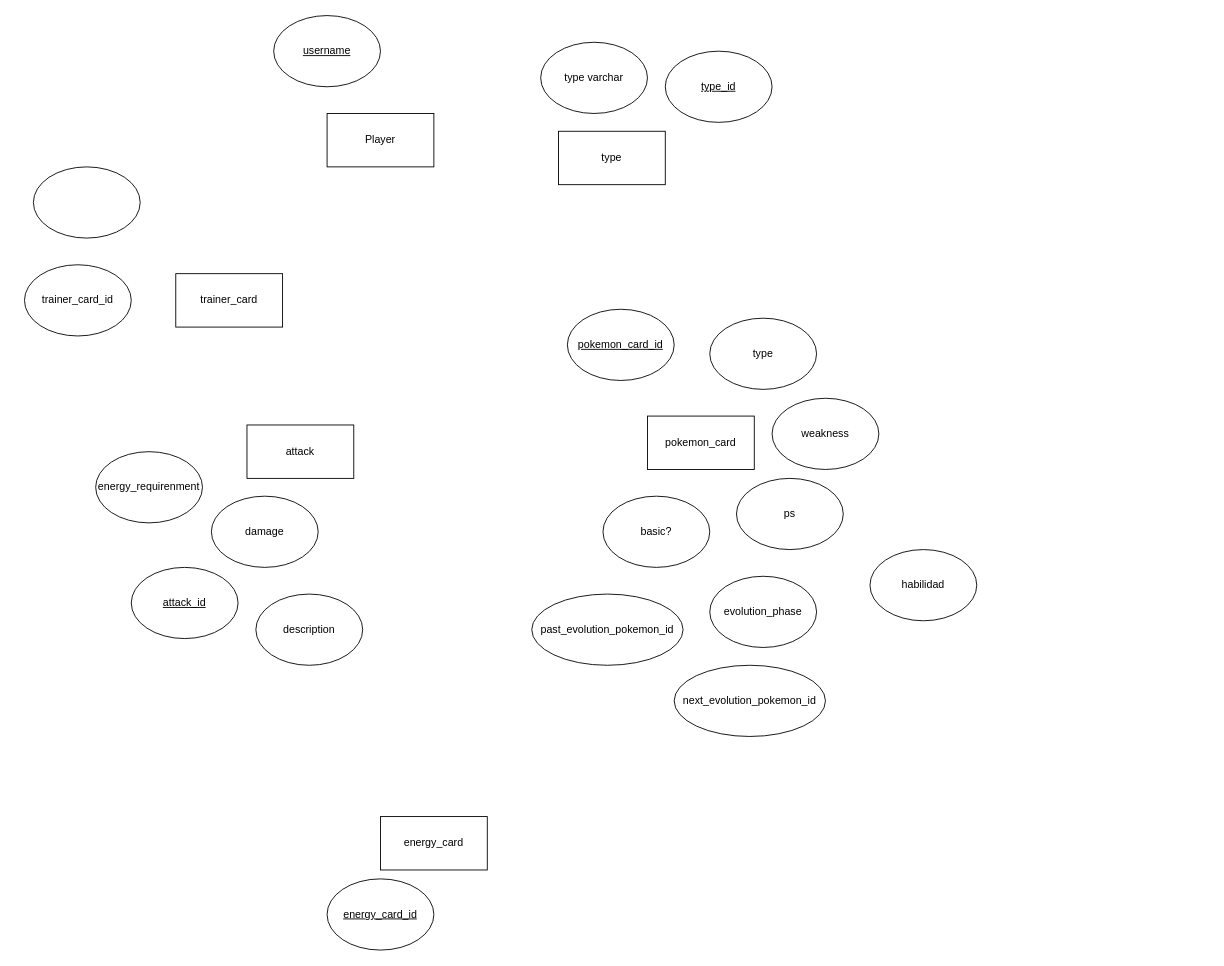
This is basedatos/Untitled Diagram.drawio from sofia-lpz/a01028251_TC2005B, a draw.io file, before an edit. Source tidied: cells renumbered, new cells numbered last; positions are measured from the earlier drawing's top-left corner, leaving out a move shared by most shapes. Both pictures are drawn from the tidied source at 89%, with x=0, y=0 at pixel (24, 15).
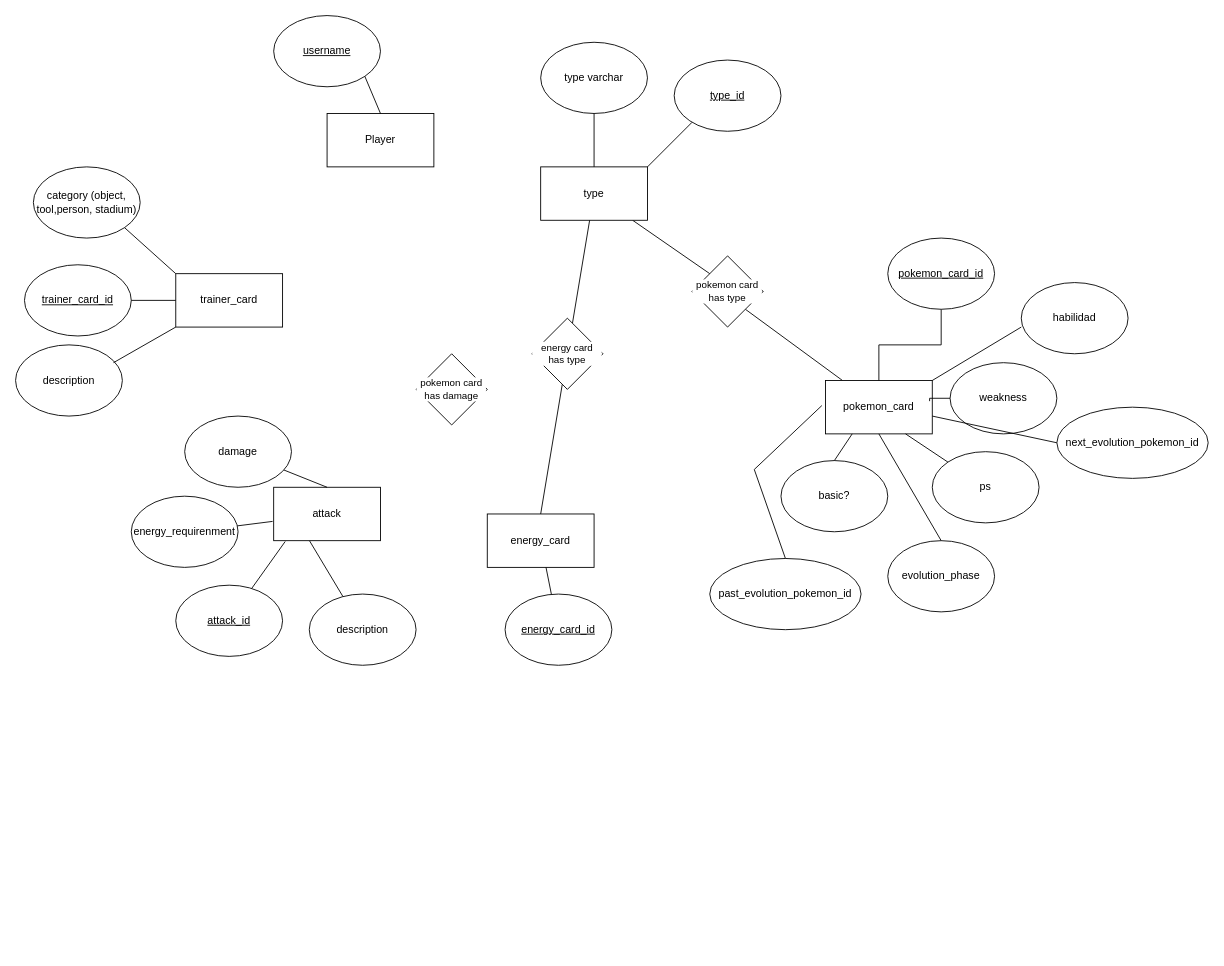
After the change.

The change refers to these unchanged cells:
```xml
<mxCell id="2" value="Player" style="rounded=0;whiteSpace=wrap;html=1;" parent="1" vertex="1">
  <mxGeometry x="340" y="110" width="120" height="60" as="geometry" />
</mxCell>
<mxCell id="3" value="&lt;u&gt;username&lt;/u&gt;" style="ellipse;whiteSpace=wrap;html=1;" parent="1" vertex="1">
  <mxGeometry x="280" width="120" height="80" as="geometry" />
</mxCell>
<mxCell id="15" value="type varchar" style="ellipse;whiteSpace=wrap;html=1;" parent="1" vertex="1">
  <mxGeometry x="580" y="30" width="120" height="80" as="geometry" />
</mxCell>
<mxCell id="24" value="trainer_card" style="rounded=0;whiteSpace=wrap;html=1;" parent="1" vertex="1">
  <mxGeometry x="170" y="290" width="120" height="60" as="geometry" />
</mxCell>
```

The edit, as a diff of the source:
```diff
@@
+    <mxCell id="27" style="edgeStyle=none;rounded=0;jettySize=auto;html=1;entryX=1;entryY=1;entryDx=0;entryDy=0;strokeColor=default;align=center;verticalAlign=middle;fontFamily=Helvetica;fontSize=11;fontColor=default;labelBackgroundColor=default;endArrow=none;endFill=0;" parent="1" edge="1" source="4" target="52">
+      <mxGeometry relative="1" as="geometry" />
+    </mxCell>
     <mxCell id="4" value="pokemon_card" style="rounded=0;whiteSpace=wrap;html=1;" parent="1" vertex="1">
-      <mxGeometry x="700" y="450" width="120" height="60" as="geometry" />
+      <mxGeometry x="900" y="410" width="120" height="60" as="geometry" />
     </mxCell>
-    <mxCell id="5" value="type" style="ellipse;whiteSpace=wrap;html=1;" parent="1" vertex="1">
-      <mxGeometry x="770" y="340" width="120" height="80" as="geometry" />
-    </mxCell>
     <mxCell id="6" value="weakness" style="ellipse;whiteSpace=wrap;html=1;" parent="1" vertex="1">
-      <mxGeometry x="840" y="430" width="120" height="80" as="geometry" />
+      <mxGeometry x="1040" y="390" width="120" height="80" as="geometry" />
     </mxCell>
     <mxCell id="7" value="ps" style="ellipse;whiteSpace=wrap;html=1;" parent="1" vertex="1">
-      <mxGeometry x="800" y="520" width="120" height="80" as="geometry" />
+      <mxGeometry x="1020" y="490" width="120" height="80" as="geometry" />
     </mxCell>
     <mxCell id="8" value="basic?" style="ellipse;whiteSpace=wrap;html=1;" parent="1" vertex="1">
-      <mxGeometry x="650" y="540" width="120" height="80" as="geometry" />
+      <mxGeometry x="850" y="500" width="120" height="80" as="geometry" />
     </mxCell>
     <mxCell id="9" value="attack" style="rounded=0;whiteSpace=wrap;html=1;" parent="1" vertex="1">
-      <mxGeometry x="250" y="460" width="120" height="60" as="geometry" />
+      <mxGeometry x="280" y="530" width="120" height="60" as="geometry" />
     </mxCell>
+    <mxCell id="28" style="edgeStyle=none;rounded=0;jettySize=auto;html=1;entryX=0.5;entryY=0;entryDx=0;entryDy=0;endArrow=none;endFill=0;" parent="1" edge="1" source="10" target="9">
+      <mxGeometry relative="1" as="geometry" />
+    </mxCell>
     <mxCell id="10" value="damage" style="ellipse;whiteSpace=wrap;html=1;" parent="1" vertex="1">
-      <mxGeometry x="210" y="540" width="120" height="80" as="geometry" />
+      <mxGeometry x="180" y="450" width="120" height="80" as="geometry" />
     </mxCell>
     <mxCell id="11" value="description" style="ellipse;whiteSpace=wrap;html=1;" parent="1" vertex="1">
-      <mxGeometry x="260" y="650" width="120" height="80" as="geometry" />
+      <mxGeometry x="320" y="650" width="120" height="80" as="geometry" />
     </mxCell>
     <mxCell id="12" value="&lt;u&gt;attack_id&lt;/u&gt;" style="ellipse;whiteSpace=wrap;html=1;" parent="1" vertex="1">
-      <mxGeometry x="120" y="620" width="120" height="80" as="geometry" />
+      <mxGeometry x="170" y="640" width="120" height="80" as="geometry" />
     </mxCell>
+    <mxCell id="29" style="edgeStyle=none;rounded=0;jettySize=auto;html=1;entryX=0;entryY=0;entryDx=0;entryDy=0;strokeColor=default;align=center;verticalAlign=middle;fontFamily=Helvetica;fontSize=11;fontColor=default;labelBackgroundColor=default;endArrow=none;endFill=0;" parent="1" edge="1" source="13" target="52">
+      <mxGeometry relative="1" as="geometry" />
+    </mxCell>
     <mxCell id="13" value="type" style="rounded=0;whiteSpace=wrap;html=1;" parent="1" vertex="1">
-      <mxGeometry x="600" y="130" width="120" height="60" as="geometry" />
+      <mxGeometry x="580" y="170" width="120" height="60" as="geometry" />
     </mxCell>
     <mxCell id="14" value="&lt;u&gt;type_id&lt;/u&gt;" style="ellipse;whiteSpace=wrap;html=1;" parent="1" vertex="1">
-      <mxGeometry x="720" y="40" width="120" height="80" as="geometry" />
+      <mxGeometry x="730" y="50" width="120" height="80" as="geometry" />
     </mxCell>
@@
-    <mxCell id="16" value="evolution_phase" style="ellipse;whiteSpace=wrap;html=1;" parent="1" vertex="1">
-      <mxGeometry x="770" y="630" width="120" height="80" as="geometry" />
+    <mxCell id="16" value="evolution_phase" style="ellipse;whiteSpace=wrap;html=1;strokeColor=default;" parent="1" vertex="1">
+      <mxGeometry x="970" y="590" width="120" height="80" as="geometry" />
     </mxCell>
     <mxCell id="17" value="past_evolution_pokemon_id" style="ellipse;whiteSpace=wrap;html=1;" parent="1" vertex="1">
-      <mxGeometry x="570" y="650" width="170" height="80" as="geometry" />
+      <mxGeometry x="770" y="610" width="170" height="80" as="geometry" />
     </mxCell>
     <mxCell id="18" value="next_evolution_pokemon_id" style="ellipse;whiteSpace=wrap;html=1;" parent="1" vertex="1">
-      <mxGeometry x="730" y="730" width="170" height="80" as="geometry" />
+      <mxGeometry x="1160" y="440" width="170" height="80" as="geometry" />
     </mxCell>
     <mxCell id="19" value="habilidad" style="ellipse;whiteSpace=wrap;html=1;" parent="1" vertex="1">
-      <mxGeometry x="950" y="600" width="120" height="80" as="geometry" />
+      <mxGeometry x="1120" y="300" width="120" height="80" as="geometry" />
     </mxCell>
     <mxCell id="20" value="energy_requirenment" style="ellipse;whiteSpace=wrap;html=1;" parent="1" vertex="1">
-      <mxGeometry x="80" y="490" width="120" height="80" as="geometry" />
+      <mxGeometry x="120" y="540" width="120" height="80" as="geometry" />
     </mxCell>
     <mxCell id="21" value="energy_card" style="rounded=0;whiteSpace=wrap;html=1;" parent="1" vertex="1">
-      <mxGeometry x="400" y="900" width="120" height="60" as="geometry" />
+      <mxGeometry x="520" y="560" width="120" height="60" as="geometry" />
     </mxCell>
+    <mxCell id="30" style="edgeStyle=none;rounded=0;jettySize=auto;html=1;strokeColor=default;align=center;verticalAlign=middle;fontFamily=Helvetica;fontSize=11;fontColor=default;labelBackgroundColor=default;endArrow=none;endFill=0;" parent="1" edge="1" source="22" target="21">
+      <mxGeometry relative="1" as="geometry" />
+    </mxCell>
     <mxCell id="22" value="&lt;u&gt;energy_card_id&lt;br&gt;&lt;/u&gt;" style="ellipse;whiteSpace=wrap;html=1;" parent="1" vertex="1">
-      <mxGeometry x="340" y="970" width="120" height="80" as="geometry" />
+      <mxGeometry x="540" y="650" width="120" height="80" as="geometry" />
     </mxCell>
+    <mxCell id="31" style="edgeStyle=orthogonalEdgeStyle;rounded=0;jettySize=auto;html=1;endArrow=none;endFill=0;" parent="1" edge="1" source="23" target="4">
+      <mxGeometry relative="1" as="geometry" />
+    </mxCell>
     <mxCell id="23" value="&lt;u&gt;pokemon_card_id&lt;br&gt;&lt;/u&gt;" style="ellipse;whiteSpace=wrap;html=1;" parent="1" vertex="1">
-      <mxGeometry x="610" y="330" width="120" height="80" as="geometry" />
+      <mxGeometry x="970" y="250" width="120" height="80" as="geometry" />
     </mxCell>
@@
-    <mxCell id="25" value="trainer_card_id" style="ellipse;whiteSpace=wrap;html=1;" parent="1" vertex="1">
+    <mxCell id="25" value="&lt;u&gt;trainer_card_id&lt;/u&gt;" style="ellipse;whiteSpace=wrap;html=1;" parent="1" vertex="1">
       <mxGeometry y="280" width="120" height="80" as="geometry" />
     </mxCell>
-    <mxCell id="26" style="ellipse;whiteSpace=wrap;html=1;" parent="1" vertex="1">
+    <mxCell id="26" value="category (object, tool,person, stadium)" style="ellipse;whiteSpace=wrap;html=1;" parent="1" vertex="1">
       <mxGeometry x="10" y="170" width="120" height="80" as="geometry" />
     </mxCell>
+    <mxCell id="32" value="description" style="ellipse;whiteSpace=wrap;html=1;" parent="1" vertex="1">
+      <mxGeometry x="-10" y="370" width="120" height="80" as="geometry" />
+    </mxCell>
+    <mxCell id="33" style="edgeStyle=orthogonalEdgeStyle;rounded=0;jettySize=auto;html=1;exitX=0;exitY=0.5;exitDx=0;exitDy=0;entryX=0.975;entryY=0.387;entryDx=0;entryDy=0;entryPerimeter=0;endArrow=none;endFill=0;" parent="1" edge="1" source="6" target="4">
+      <mxGeometry relative="1" as="geometry" />
+    </mxCell>
+    <mxCell id="34" style="endArrow=none;html=1;rounded=0;entryX=0;entryY=0;entryDx=0;entryDy=0;exitX=0.75;exitY=1;exitDx=0;exitDy=0;" parent="1" edge="1" source="4" target="7">
+      <mxGeometry relative="1" as="geometry" />
+    </mxCell>
+    <mxCell id="35" style="endArrow=none;html=1;rounded=0;exitX=0.5;exitY=0;exitDx=0;exitDy=0;entryX=0.25;entryY=1;entryDx=0;entryDy=0;" parent="1" edge="1" source="8" target="4">
+      <mxGeometry relative="1" as="geometry" />
+    </mxCell>
+    <mxCell id="36" style="endArrow=none;html=1;rounded=0;exitX=0.5;exitY=0;exitDx=0;exitDy=0;entryX=-0.034;entryY=0.47;entryDx=0;entryDy=0;entryPerimeter=0;" parent="1" edge="1" source="17" target="4">
+      <mxGeometry relative="1" as="geometry">
+        <Array as="points">
+          <mxPoint x="820" y="510" />
+        </Array>
+      </mxGeometry>
+    </mxCell>
+    <mxCell id="37" style="endArrow=none;html=1;rounded=0;exitX=0.5;exitY=0;exitDx=0;exitDy=0;" parent="1" edge="1" source="16">
+      <mxGeometry relative="1" as="geometry">
+        <mxPoint x="960" y="470" as="targetPoint" />
+      </mxGeometry>
+    </mxCell>
+    <mxCell id="38" style="endArrow=none;html=1;rounded=0;entryX=0;entryY=0.5;entryDx=0;entryDy=0;exitX=1;exitY=0.667;exitDx=0;exitDy=0;exitPerimeter=0;" parent="1" edge="1" source="4" target="18">
+      <mxGeometry relative="1" as="geometry" />
+    </mxCell>
+    <mxCell id="39" style="endArrow=none;html=1;rounded=0;entryX=0;entryY=0.625;entryDx=0;entryDy=0;entryPerimeter=0;exitX=1;exitY=0;exitDx=0;exitDy=0;" parent="1" edge="1" source="4" target="19">
+      <mxGeometry relative="1" as="geometry" />
+    </mxCell>
+    <mxCell id="40" style="endArrow=none;html=1;rounded=0;" parent="1" edge="1">
+      <mxGeometry relative="1" as="geometry">
+        <mxPoint x="700" y="170" as="sourcePoint" />
+        <mxPoint x="750" y="120" as="targetPoint" />
+      </mxGeometry>
+    </mxCell>
+    <mxCell id="41" style="endArrow=none;html=1;rounded=0;exitX=0.5;exitY=0;exitDx=0;exitDy=0;entryX=0.5;entryY=1;entryDx=0;entryDy=0;" parent="1" edge="1" source="13" target="15">
+      <mxGeometry relative="1" as="geometry" />
+    </mxCell>
+    <mxCell id="42" style="endArrow=none;html=1;rounded=0;entryX=0.5;entryY=0;entryDx=0;entryDy=0;exitX=1;exitY=1;exitDx=0;exitDy=0;" parent="1" edge="1" source="3" target="2">
+      <mxGeometry relative="1" as="geometry" />
+    </mxCell>
+    <mxCell id="43" style="endArrow=none;html=1;rounded=0;exitX=0;exitY=0.5;exitDx=0;exitDy=0;entryX=1;entryY=0.5;entryDx=0;entryDy=0;" parent="1" edge="1" source="24" target="25">
+      <mxGeometry relative="1" as="geometry" />
+    </mxCell>
+    <mxCell id="44" style="endArrow=none;html=1;rounded=0;entryX=0;entryY=0;entryDx=0;entryDy=0;exitX=1;exitY=1;exitDx=0;exitDy=0;" parent="1" edge="1" source="26" target="24">
+      <mxGeometry relative="1" as="geometry" />
+    </mxCell>
+    <mxCell id="45" style="endArrow=none;html=1;rounded=0;entryX=0;entryY=1;entryDx=0;entryDy=0;" parent="1" edge="1" target="24">
+      <mxGeometry relative="1" as="geometry">
+        <mxPoint x="100" y="390" as="sourcePoint" />
+      </mxGeometry>
+    </mxCell>
+    <mxCell id="46" style="edgeStyle=none;rounded=0;jettySize=auto;html=1;entryX=-0.01;entryY=0.639;entryDx=0;entryDy=0;entryPerimeter=0;strokeColor=default;align=center;verticalAlign=middle;fontFamily=Helvetica;fontSize=11;fontColor=default;labelBackgroundColor=default;endArrow=none;endFill=0;" parent="1" edge="1" source="20" target="9">
+      <mxGeometry relative="1" as="geometry" />
+    </mxCell>
+    <mxCell id="47" style="edgeStyle=none;rounded=0;jettySize=auto;html=1;entryX=0.108;entryY=1.015;entryDx=0;entryDy=0;entryPerimeter=0;strokeColor=default;align=center;verticalAlign=middle;fontFamily=Helvetica;fontSize=11;fontColor=default;labelBackgroundColor=default;endArrow=none;endFill=0;" parent="1" edge="1" source="12" target="9">
+      <mxGeometry relative="1" as="geometry" />
+    </mxCell>
+    <mxCell id="48" style="edgeStyle=none;rounded=0;jettySize=auto;html=1;entryX=0.336;entryY=1.003;entryDx=0;entryDy=0;entryPerimeter=0;strokeColor=default;align=center;verticalAlign=middle;fontFamily=Helvetica;fontSize=11;fontColor=default;labelBackgroundColor=default;endArrow=none;endFill=0;" parent="1" edge="1" source="11" target="9">
+      <mxGeometry relative="1" as="geometry" />
+    </mxCell>
+    <mxCell id="49" style="edgeStyle=none;rounded=0;jettySize=auto;html=1;strokeColor=default;align=center;verticalAlign=middle;fontFamily=Helvetica;fontSize=11;fontColor=default;labelBackgroundColor=default;endArrow=none;endFill=0;" parent="1" edge="1" source="51" target="13">
+      <mxGeometry relative="1" as="geometry" />
+    </mxCell>
+    <mxCell id="50" style="edgeStyle=none;rounded=0;jettySize=auto;html=1;entryX=0.5;entryY=0;entryDx=0;entryDy=0;strokeColor=default;align=center;verticalAlign=middle;fontFamily=Helvetica;fontSize=11;fontColor=default;labelBackgroundColor=default;endArrow=none;endFill=0;" parent="1" edge="1" source="51" target="21">
+      <mxGeometry relative="1" as="geometry" />
+    </mxCell>
+    <mxCell id="51" value="energy card has type" style="rhombus;whiteSpace=wrap;html=1;fontFamily=Helvetica;fontSize=11;fontColor=default;labelBackgroundColor=default;" parent="1" vertex="1">
+      <mxGeometry x="570" y="340" width="80" height="80" as="geometry" />
+    </mxCell>
+    <mxCell id="52" value="pokemon card has type" style="rhombus;whiteSpace=wrap;html=1;fontFamily=Helvetica;fontSize=11;fontColor=default;labelBackgroundColor=default;" parent="1" vertex="1">
+      <mxGeometry x="750" y="270" width="80" height="80" as="geometry" />
+    </mxCell>
+    <mxCell id="53" value="pokemon card has damage" style="rhombus;whiteSpace=wrap;html=1;fontFamily=Helvetica;fontSize=11;fontColor=default;labelBackgroundColor=default;" parent="1" vertex="1">
+      <mxGeometry x="440" y="380" width="80" height="80" as="geometry" />
+    </mxCell>
```
